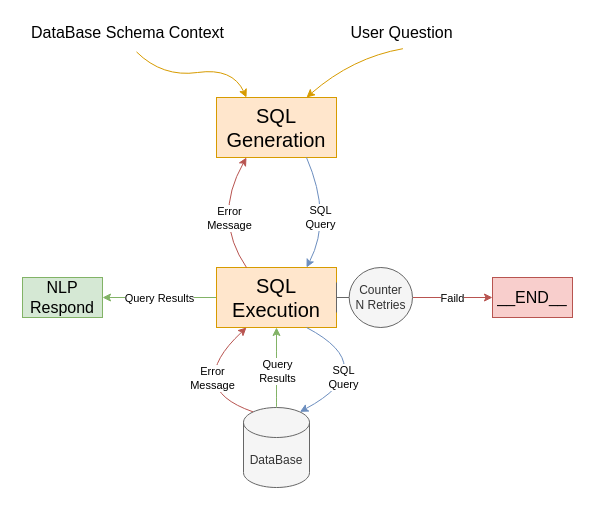
Earlier version of the draw.io diagram page "Page-2" (2 of 2) of design/Untitled Diagram.drawio (ramy-ibrahim-ahmed/Schema-Aware-SQL-Generation). Source tidied: cells renumbered, new cells numbered last; positions are measured from the earlier drawing's top-left corner, leaving out a move shared by most shapes. Both pictures are drawn from the tidied source at 100%, with x=0, y=0 at pixel (17, 17).
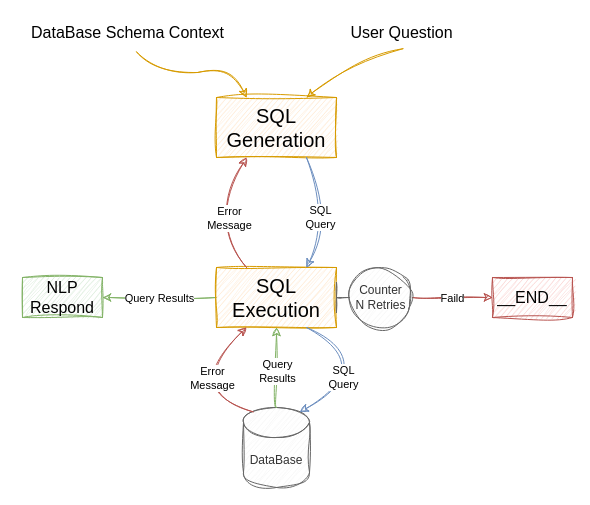
The same diagram, later.

The edit, as a diff of the source:
```diff
@@
-    <mxCell id="2" value="&lt;font style=&quot;font-size: 20px;&quot;&gt;SQL Generation&lt;/font&gt;" style="rounded=0;whiteSpace=wrap;html=1;fillColor=#ffe6cc;strokeColor=#d79b00;" parent="1" vertex="1">
+    <mxCell id="2" value="&lt;font style=&quot;font-size: 20px;&quot;&gt;SQL Generation&lt;/font&gt;" style="rounded=0;whiteSpace=wrap;html=1;fillColor=#ffe6cc;strokeColor=#d79b00;sketch=1;curveFitting=1;jiggle=2;" parent="1" vertex="1">
       <mxGeometry x="199" y="80" width="120" height="60" as="geometry" />
     </mxCell>
-    <mxCell id="3" style="edgeStyle=orthogonalEdgeStyle;rounded=0;jettySize=auto;html=1;entryX=1;entryY=0.5;entryDx=0;entryDy=0;fillColor=#d5e8d4;strokeColor=#82b366;" parent="1" edge="1" source="5" target="23">
+    <mxCell id="3" style="edgeStyle=orthogonalEdgeStyle;rounded=0;jettySize=auto;html=1;entryX=1;entryY=0.5;entryDx=0;entryDy=0;fillColor=#d5e8d4;strokeColor=#82b366;sketch=1;curveFitting=1;jiggle=2;" parent="1" edge="1" source="5" target="23">
       <mxGeometry relative="1" as="geometry" />
     </mxCell>
-    <mxCell id="4" value="Query Results" style="edgeLabel;html=1;align=center;verticalAlign=middle;" parent="3" vertex="1">
+    <mxCell id="4" value="Query Results" style="edgeLabel;html=1;align=center;verticalAlign=middle;sketch=1;curveFitting=1;jiggle=2;" parent="3" vertex="1">
       <mxGeometry x="0.01" relative="1" as="geometry" />
     </mxCell>
-    <mxCell id="5" value="&lt;span style=&quot;font-size: 20px;&quot;&gt;SQL Execution&lt;/span&gt;" style="rounded=0;whiteSpace=wrap;html=1;fillColor=#ffe6cc;strokeColor=#d79b00;" parent="1" vertex="1">
+    <mxCell id="5" value="&lt;span style=&quot;font-size: 20px;&quot;&gt;SQL Execution&lt;/span&gt;" style="rounded=0;whiteSpace=wrap;html=1;fillColor=#ffe6cc;strokeColor=#d79b00;sketch=1;curveFitting=1;jiggle=2;" parent="1" vertex="1">
       <mxGeometry x="199" y="250" width="120" height="60" as="geometry" />
     </mxCell>
-    <mxCell id="6" value="&lt;font style=&quot;font-size: 16px;&quot;&gt;DataBase Schema Context&lt;/font&gt;" style="text;html=1;align=center;verticalAlign=middle;points=[];strokeColor=none;fillColor=none;" parent="1" vertex="1">
+    <mxCell id="6" value="&lt;font style=&quot;font-size: 16px;&quot;&gt;DataBase Schema Context&lt;/font&gt;" style="text;html=1;align=center;verticalAlign=middle;points=[];strokeColor=none;fillColor=none;sketch=1;curveFitting=1;jiggle=2;" parent="1" vertex="1">
       <mxGeometry width="220" height="30" as="geometry" />
     </mxCell>
-    <mxCell id="7" value="&lt;font style=&quot;font-size: 16px;&quot;&gt;User Question&lt;/font&gt;" style="text;html=1;align=center;verticalAlign=middle;points=[];strokeColor=none;fillColor=none;" parent="1" vertex="1">
+    <mxCell id="7" value="&lt;font style=&quot;font-size: 16px;&quot;&gt;User Question&lt;/font&gt;" style="text;html=1;align=center;verticalAlign=middle;points=[];strokeColor=none;fillColor=none;sketch=1;curveFitting=1;jiggle=2;" parent="1" vertex="1">
       <mxGeometry x="319" width="130" height="30" as="geometry" />
     </mxCell>
-    <mxCell id="8" style="curved=1;endArrow=classic;html=1;rounded=0;exitX=0.541;exitY=1.147;exitDx=0;exitDy=0;exitPerimeter=0;entryX=0.25;entryY=0;entryDx=0;entryDy=0;fillColor=#ffe6cc;strokeColor=#d79b00;" parent="1" edge="1" source="6" target="2">
+    <mxCell id="8" style="curved=1;endArrow=classic;html=1;rounded=0;exitX=0.541;exitY=1.147;exitDx=0;exitDy=0;exitPerimeter=0;entryX=0.25;entryY=0;entryDx=0;entryDy=0;fillColor=#ffe6cc;strokeColor=#d79b00;sketch=1;curveFitting=1;jiggle=2;" parent="1" edge="1" source="6" target="2">
       <mxGeometry relative="1" as="geometry">
         <Array as="points">
           <mxPoint x="145" y="60" />
           <mxPoint x="215" y="50" />
         </Array>
       </mxGeometry>
     </mxCell>
-    <mxCell id="9" style="curved=1;endArrow=classic;html=1;rounded=0;exitX=0.511;exitY=1.04;exitDx=0;exitDy=0;exitPerimeter=0;entryX=0.75;entryY=0;entryDx=0;entryDy=0;fillColor=#ffe6cc;strokeColor=#d79b00;" parent="1" edge="1" source="7" target="2">
+    <mxCell id="9" style="curved=1;endArrow=classic;html=1;rounded=0;exitX=0.511;exitY=1.04;exitDx=0;exitDy=0;exitPerimeter=0;entryX=0.75;entryY=0;entryDx=0;entryDy=0;fillColor=#ffe6cc;strokeColor=#d79b00;sketch=1;curveFitting=1;jiggle=2;" parent="1" edge="1" source="7" target="2">
       <mxGeometry relative="1" as="geometry">
         <Array as="points">
           <mxPoint x="335" y="40" />
         </Array>
       </mxGeometry>
     </mxCell>
-    <mxCell id="10" style="curved=1;endArrow=classic;html=1;rounded=0;exitX=0.25;exitY=0;exitDx=0;exitDy=0;entryX=0.25;entryY=1;entryDx=0;entryDy=0;fillColor=#f8cecc;strokeColor=#b85450;" parent="1" edge="1" source="5" target="2">
+    <mxCell id="10" style="curved=1;endArrow=classic;html=1;rounded=0;exitX=0.25;exitY=0;exitDx=0;exitDy=0;entryX=0.25;entryY=1;entryDx=0;entryDy=0;fillColor=#f8cecc;strokeColor=#b85450;sketch=1;curveFitting=1;jiggle=2;" parent="1" edge="1" source="5" target="2">
       <mxGeometry relative="1" as="geometry">
         <Array as="points">
           <mxPoint x="195" y="200" />
         </Array>
       </mxGeometry>
     </mxCell>
-    <mxCell id="11" value="Error&lt;div&gt;Message&lt;/div&gt;" style="edgeLabel;html=1;align=center;verticalAlign=middle;" parent="10" vertex="1">
+    <mxCell id="11" value="Error&lt;div&gt;Message&lt;/div&gt;" style="edgeLabel;html=1;align=center;verticalAlign=middle;sketch=1;curveFitting=1;jiggle=2;" parent="10" vertex="1">
       <mxGeometry x="-0.21" y="-13" relative="1" as="geometry" />
     </mxCell>
-    <mxCell id="12" style="curved=1;endArrow=classic;html=1;rounded=0;exitX=0.75;exitY=1;exitDx=0;exitDy=0;entryX=0.75;entryY=0;entryDx=0;entryDy=0;fillColor=#dae8fc;strokeColor=#6c8ebf;" parent="1" edge="1" source="2" target="5">
+    <mxCell id="12" style="curved=1;endArrow=classic;html=1;rounded=0;exitX=0.75;exitY=1;exitDx=0;exitDy=0;entryX=0.75;entryY=0;entryDx=0;entryDy=0;fillColor=#dae8fc;strokeColor=#6c8ebf;sketch=1;curveFitting=1;jiggle=2;" parent="1" edge="1" source="2" target="5">
       <mxGeometry relative="1" as="geometry">
         <Array as="points">
           <mxPoint x="315" y="200" />
         </Array>
       </mxGeometry>
     </mxCell>
-    <mxCell id="13" value="SQL&lt;div&gt;Query&lt;/div&gt;" style="edgeLabel;html=1;align=center;verticalAlign=middle;" parent="12" vertex="1">
+    <mxCell id="13" value="SQL&lt;div&gt;Query&lt;/div&gt;" style="edgeLabel;html=1;align=center;verticalAlign=middle;sketch=1;curveFitting=1;jiggle=2;" parent="12" vertex="1">
       <mxGeometry x="0.17" y="-11" relative="1" as="geometry" />
     </mxCell>
-    <mxCell id="14" value="DataBase" style="shape=cylinder3;whiteSpace=wrap;html=1;boundedLbl=1;backgroundOutline=1;size=15;fillColor=#f5f5f5;strokeColor=#666666;fontColor=#333333;" parent="1" vertex="1">
+    <mxCell id="14" value="DataBase" style="shape=cylinder3;whiteSpace=wrap;html=1;boundedLbl=1;backgroundOutline=1;size=15;fillColor=#f5f5f5;strokeColor=#666666;fontColor=#333333;sketch=1;curveFitting=1;jiggle=2;" parent="1" vertex="1">
       <mxGeometry x="226" y="390" width="66" height="80" as="geometry" />
     </mxCell>
-    <mxCell id="15" style="curved=1;endArrow=classic;html=1;rounded=0;exitX=0.75;exitY=1;exitDx=0;exitDy=0;entryX=0.855;entryY=0;entryDx=0;entryDy=4.35;entryPerimeter=0;fillColor=#dae8fc;strokeColor=#6c8ebf;" parent="1" edge="1" source="5" target="14">
+    <mxCell id="15" style="curved=1;endArrow=classic;html=1;rounded=0;exitX=0.75;exitY=1;exitDx=0;exitDy=0;entryX=0.855;entryY=0;entryDx=0;entryDy=4.35;entryPerimeter=0;fillColor=#dae8fc;strokeColor=#6c8ebf;sketch=1;curveFitting=1;jiggle=2;" parent="1" edge="1" source="5" target="14">
       <mxGeometry relative="1" as="geometry">
         <Array as="points">
           <mxPoint x="365" y="350" />
         </Array>
       </mxGeometry>
     </mxCell>
-    <mxCell id="16" value="SQL&lt;div&gt;Query&lt;/div&gt;" style="edgeLabel;html=1;align=center;verticalAlign=middle;" parent="15" vertex="1">
+    <mxCell id="16" value="SQL&lt;div&gt;Query&lt;/div&gt;" style="edgeLabel;html=1;align=center;verticalAlign=middle;sketch=1;curveFitting=1;jiggle=2;" parent="15" vertex="1">
       <mxGeometry x="-0.02" y="-8" relative="1" as="geometry">
         <mxPoint x="-34" y="16" as="offset" />
       </mxGeometry>
     </mxCell>
-    <mxCell id="17" style="curved=1;endArrow=classic;html=1;rounded=0;exitX=0.145;exitY=0;exitDx=0;exitDy=4.35;entryX=0.25;entryY=1;entryDx=0;entryDy=0;exitPerimeter=0;fillColor=#f8cecc;strokeColor=#b85450;" parent="1" edge="1" source="14" target="5">
+    <mxCell id="17" style="curved=1;endArrow=classic;html=1;rounded=0;exitX=0.145;exitY=0;exitDx=0;exitDy=4.35;entryX=0.25;entryY=1;entryDx=0;entryDy=0;exitPerimeter=0;fillColor=#f8cecc;strokeColor=#b85450;sketch=1;curveFitting=1;jiggle=2;" parent="1" edge="1" source="14" target="5">
       <mxGeometry relative="1" as="geometry">
         <Array as="points">
           <mxPoint x="165" y="370" />
         </Array>
       </mxGeometry>
     </mxCell>
-    <mxCell id="18" value="Error&lt;div&gt;Message&lt;/div&gt;" style="edgeLabel;html=1;align=center;verticalAlign=middle;" parent="17" vertex="1">
+    <mxCell id="18" value="Error&lt;div&gt;Message&lt;/div&gt;" style="edgeLabel;html=1;align=center;verticalAlign=middle;sketch=1;curveFitting=1;jiggle=2;" parent="17" vertex="1">
       <mxGeometry x="0.1" y="-3" relative="1" as="geometry">
         <mxPoint x="17" y="-2" as="offset" />
       </mxGeometry>
     </mxCell>
-    <mxCell id="19" style="edgeStyle=orthogonalEdgeStyle;rounded=0;jettySize=auto;html=1;entryX=0;entryY=0.5;entryDx=0;entryDy=0;fillColor=#f8cecc;strokeColor=#b85450;" parent="1" edge="1" source="21" target="22">
+    <mxCell id="19" style="edgeStyle=orthogonalEdgeStyle;rounded=0;jettySize=auto;html=1;entryX=0;entryY=0.5;entryDx=0;entryDy=0;fillColor=#f8cecc;strokeColor=#b85450;sketch=1;curveFitting=1;jiggle=2;" parent="1" edge="1" source="21" target="22">
       <mxGeometry relative="1" as="geometry" />
     </mxCell>
-    <mxCell id="20" value="Faild" style="edgeLabel;html=1;align=center;verticalAlign=middle;" parent="19" vertex="1">
+    <mxCell id="20" value="Faild" style="edgeLabel;html=1;align=center;verticalAlign=middle;sketch=1;curveFitting=1;jiggle=2;" parent="19" vertex="1">
       <mxGeometry x="-0.02" relative="1" as="geometry" />
     </mxCell>
-    <mxCell id="21" value="&lt;font&gt;Counter&lt;/font&gt;&lt;div&gt;&lt;font&gt;N Retries&lt;/font&gt;&lt;/div&gt;" style="shape=umlBoundary;whiteSpace=wrap;html=1;fillColor=#f5f5f5;strokeColor=#666666;fontColor=#333333;" parent="1" vertex="1">
+    <mxCell id="21" value="&lt;font&gt;Counter&lt;/font&gt;&lt;div&gt;&lt;font&gt;N Retries&lt;/font&gt;&lt;/div&gt;" style="shape=umlBoundary;whiteSpace=wrap;html=1;fillColor=#f5f5f5;strokeColor=#666666;fontColor=#333333;sketch=1;curveFitting=1;jiggle=2;" parent="1" vertex="1">
       <mxGeometry x="319" y="250" width="76" height="60" as="geometry" />
     </mxCell>
-    <mxCell id="22" value="&lt;font style=&quot;font-size: 16px;&quot;&gt;__END__&lt;/font&gt;" style="rounded=0;whiteSpace=wrap;html=1;fillColor=#f8cecc;strokeColor=#b85450;" parent="1" vertex="1">
+    <mxCell id="22" value="&lt;font style=&quot;font-size: 16px;&quot;&gt;__END__&lt;/font&gt;" style="rounded=0;whiteSpace=wrap;html=1;fillColor=#f8cecc;strokeColor=#b85450;sketch=1;curveFitting=1;jiggle=2;" parent="1" vertex="1">
       <mxGeometry x="475" y="260" width="80" height="40" as="geometry" />
     </mxCell>
-    <mxCell id="23" value="&lt;span style=&quot;font-size: 16px;&quot;&gt;NLP&lt;/span&gt;&lt;div&gt;&lt;span style=&quot;font-size: 16px;&quot;&gt;Respond&lt;/span&gt;&lt;/div&gt;" style="rounded=0;whiteSpace=wrap;html=1;fillColor=#d5e8d4;strokeColor=#82b366;" parent="1" vertex="1">
+    <mxCell id="23" value="&lt;span style=&quot;font-size: 16px;&quot;&gt;NLP&lt;/span&gt;&lt;div&gt;&lt;span style=&quot;font-size: 16px;&quot;&gt;Respond&lt;/span&gt;&lt;/div&gt;" style="rounded=0;whiteSpace=wrap;html=1;fillColor=#d5e8d4;strokeColor=#82b366;sketch=1;curveFitting=1;jiggle=2;" parent="1" vertex="1">
       <mxGeometry x="5" y="260" width="80" height="40" as="geometry" />
     </mxCell>
-    <mxCell id="24" style="curved=1;endArrow=classic;html=1;rounded=0;exitX=0.5;exitY=0;exitDx=0;exitDy=0;entryX=0.5;entryY=1;entryDx=0;entryDy=0;exitPerimeter=0;fillColor=#d5e8d4;strokeColor=#82b366;" parent="1" edge="1" source="14" target="5">
+    <mxCell id="24" style="curved=1;endArrow=classic;html=1;rounded=0;exitX=0.5;exitY=0;exitDx=0;exitDy=0;entryX=0.5;entryY=1;entryDx=0;entryDy=0;exitPerimeter=0;fillColor=#d5e8d4;strokeColor=#82b366;sketch=1;curveFitting=1;jiggle=2;" parent="1" edge="1" source="14" target="5">
       <mxGeometry relative="1" as="geometry" />
     </mxCell>
-    <mxCell id="25" value="Query&lt;div&gt;Results&lt;/div&gt;" style="edgeLabel;html=1;align=center;verticalAlign=middle;" parent="24" vertex="1">
+    <mxCell id="25" value="Query&lt;div&gt;Results&lt;/div&gt;" style="edgeLabel;html=1;align=center;verticalAlign=middle;sketch=1;curveFitting=1;jiggle=2;" parent="24" vertex="1">
       <mxGeometry x="0.1" y="-3" relative="1" as="geometry">
         <mxPoint x="-3" y="7" as="offset" />
       </mxGeometry>
     </mxCell>
```
